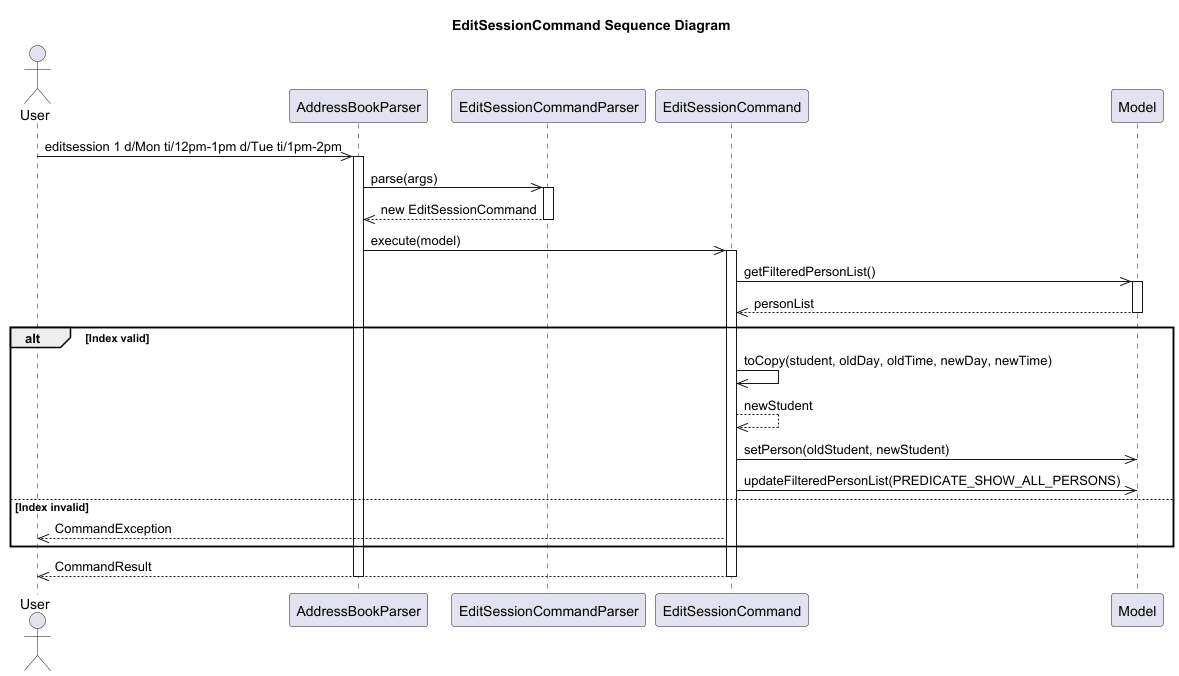
Before: docs/images/EditSessionCommandActivityDiagram.png, a diagram exported from PlantUML (YHKok/tp). Its source is kept beside it as docs/diagrams/EditSessionCommandActivityDiagram.puml. Source of this version:
```plantuml
@startuml
title EditSessionCommand Sequence Diagram

actor User
participant Parser as ":AddressBookParser"
participant ESCParser as ":EditSessionCommandParser"
participant ESC as ":EditSessionCommand"
participant Model as ":Model"

User ->> Parser : editsession 1 d/Mon ti/12pm-1pm d/Tue ti/1pm-2pm
activate Parser
Parser ->> ESCParser : parse(args)
activate ESCParser
ESCParser -->> Parser : new EditSessionCommand
deactivate ESCParser

Parser ->> ESC : execute(model)
activate ESC

ESC ->> Model : getFilteredPersonList()
activate Model
Model -->> ESC : personList
deactivate Model

alt Index valid
    ESC ->> ESC : toCopy(student, oldDay, oldTime, newDay, newTime)
    ESC -->> ESC : newStudent
    ESC ->> Model : setPerson(oldStudent, newStudent)
    ESC ->> Model : updateFilteredPersonList(PREDICATE_SHOW_ALL_PERSONS)
else Index invalid
    ESC -->> User : CommandException
end

ESC -->> User : CommandResult
deactivate ESC
deactivate Parser

@enduml
```
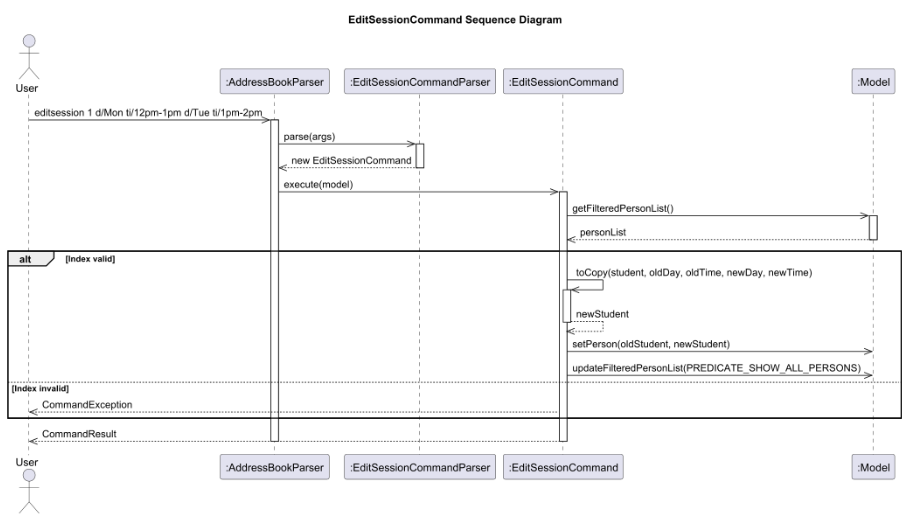
Later version of the same file.

Commit message:
Update error in sequence diagram in DG

The edit, as a diff of the source:
```diff
@@ -24,7 +24,9 @@
 
 alt Index valid
     ESC ->> ESC : toCopy(student, oldDay, oldTime, newDay, newTime)
+    activate ESC
     ESC -->> ESC : newStudent
+    deactivate ESC
     ESC ->> Model : setPerson(oldStudent, newStudent)
     ESC ->> Model : updateFilteredPersonList(PREDICATE_SHOW_ALL_PERSONS)
 else Index invalid
```
